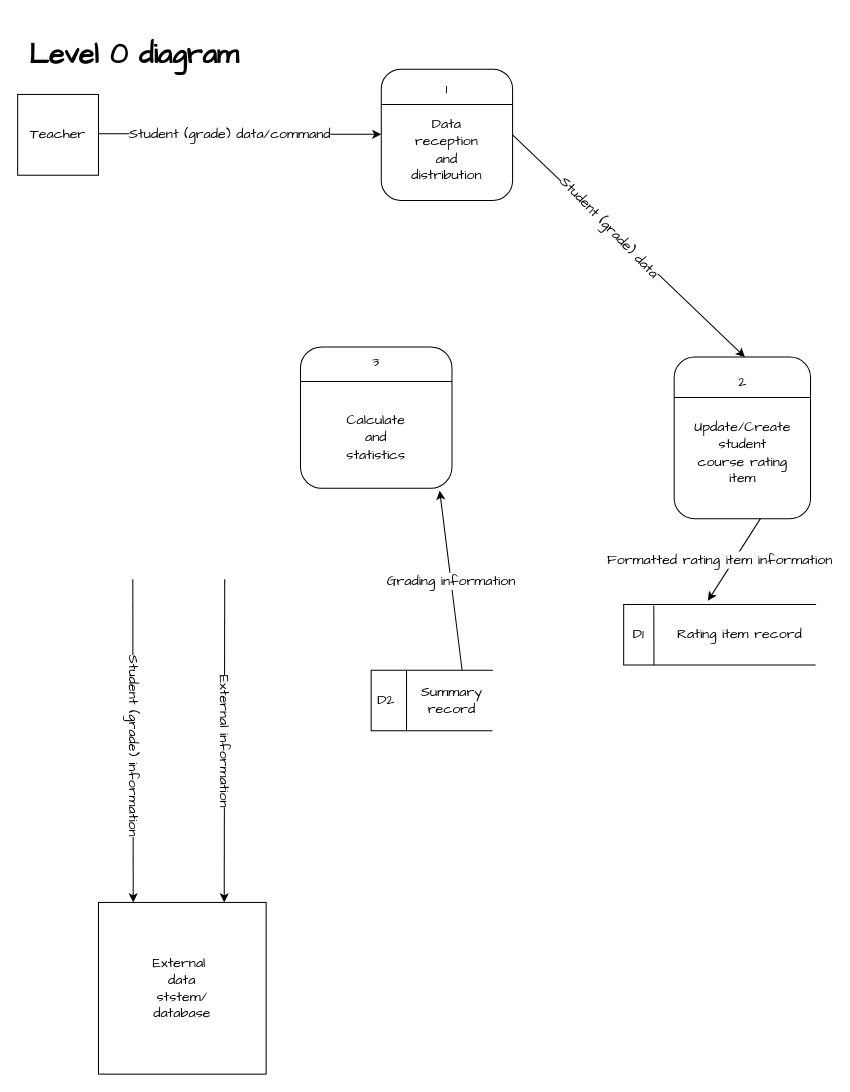
Earlier version of the draw.io diagram diagrams/DFD/Level 0 diagram.drawio (brokencuph/study-to-think). Source tidied: cells renumbered, new cells numbered last; positions are measured from the earlier drawing's top-left corner, leaving out a move shared by most shapes. Both pictures are drawn from the tidied source at 101%, with x=0, y=0 at pixel (17, 23).
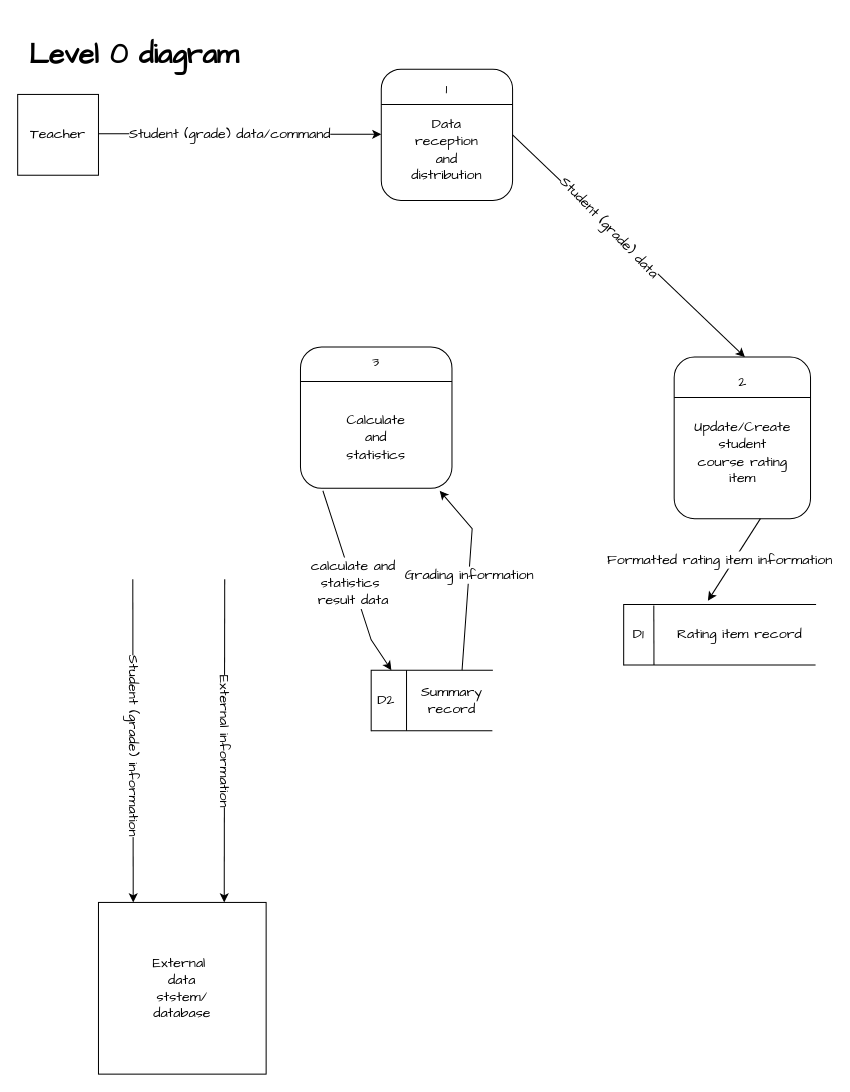
The same diagram, later.

The change refers to these unchanged cells:
```xml
<mxCell id="29" style="rounded=1;whiteSpace=wrap;html=1;fontFamily=Comic Sans MS;fontSize=14;" parent="1" vertex="1">
  <mxGeometry x="280" y="320" width="150" height="140" as="geometry" />
</mxCell>
<mxCell id="33" style="shape=partialRectangle;whiteSpace=wrap;html=1;bottom=0;right=0;fillColor=none;fontFamily=Comic Sans MS;fontSize=14;" parent="1" vertex="1">
  <mxGeometry x="350" y="640" width="120" height="60" as="geometry" />
</mxCell>
```

What changed in the source:
```diff
@@
     <mxCell id="38" style="endArrow=classic;html=1;rounded=0;fontFamily=Comic Sans MS;fontSize=14;exitX=0.75;exitY=0;exitDx=0;exitDy=0;entryX=0.919;entryY=1.017;entryDx=0;entryDy=0;entryPerimeter=0;" parent="1" edge="1" source="33" target="29">
-      <mxGeometry relative="1" as="geometry" />
+      <mxGeometry relative="1" as="geometry">
+        <Array as="points">
+          <mxPoint x="450" y="500" />
+        </Array>
+      </mxGeometry>
     </mxCell>
@@
+    <mxCell id="40" style="endArrow=classic;html=1;rounded=0;fontFamily=Comic Sans MS;fontSize=14;exitX=0.148;exitY=1.017;exitDx=0;exitDy=0;exitPerimeter=0;" parent="1" edge="1" source="29">
+      <mxGeometry relative="1" as="geometry">
+        <mxPoint x="370" y="640" as="targetPoint" />
+        <Array as="points">
+          <mxPoint x="350" y="610" />
+        </Array>
+      </mxGeometry>
+    </mxCell>
+    <mxCell id="41" value="calculate and&lt;br&gt;statistics&amp;nbsp;&lt;br&gt;result data" style="edgeLabel;html=1;align=center;verticalAlign=middle;fontFamily=Comic Sans MS;fontSize=14;" parent="40" vertex="1">
+      <mxGeometry relative="1" as="geometry" />
+    </mxCell>
```
